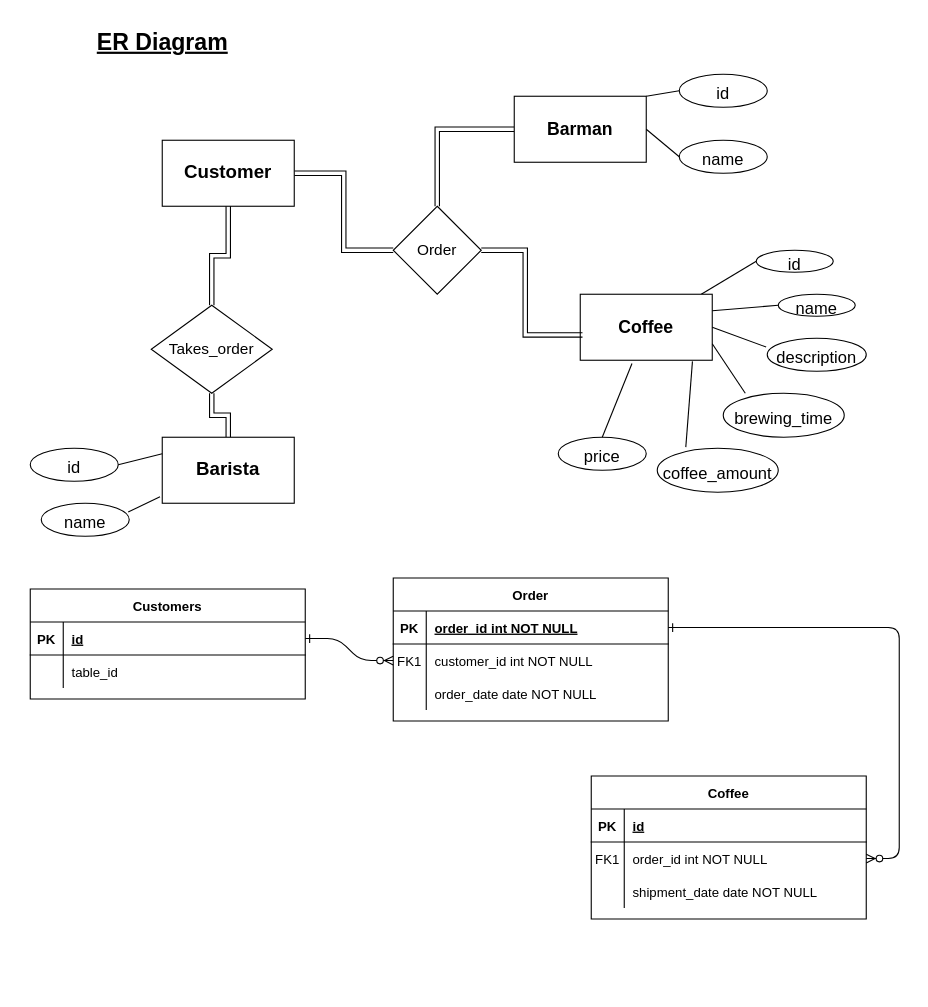
Earlier version of the draw.io diagram Untitled Diagram.drawio (bini-i/article). Source tidied: cells renumbered, new cells numbered last; positions are measured from the earlier drawing's top-left corner, leaving out a move shared by most shapes. Both pictures are drawn from the tidied source at 110%, with x=0, y=0 at pixel (30, 19).
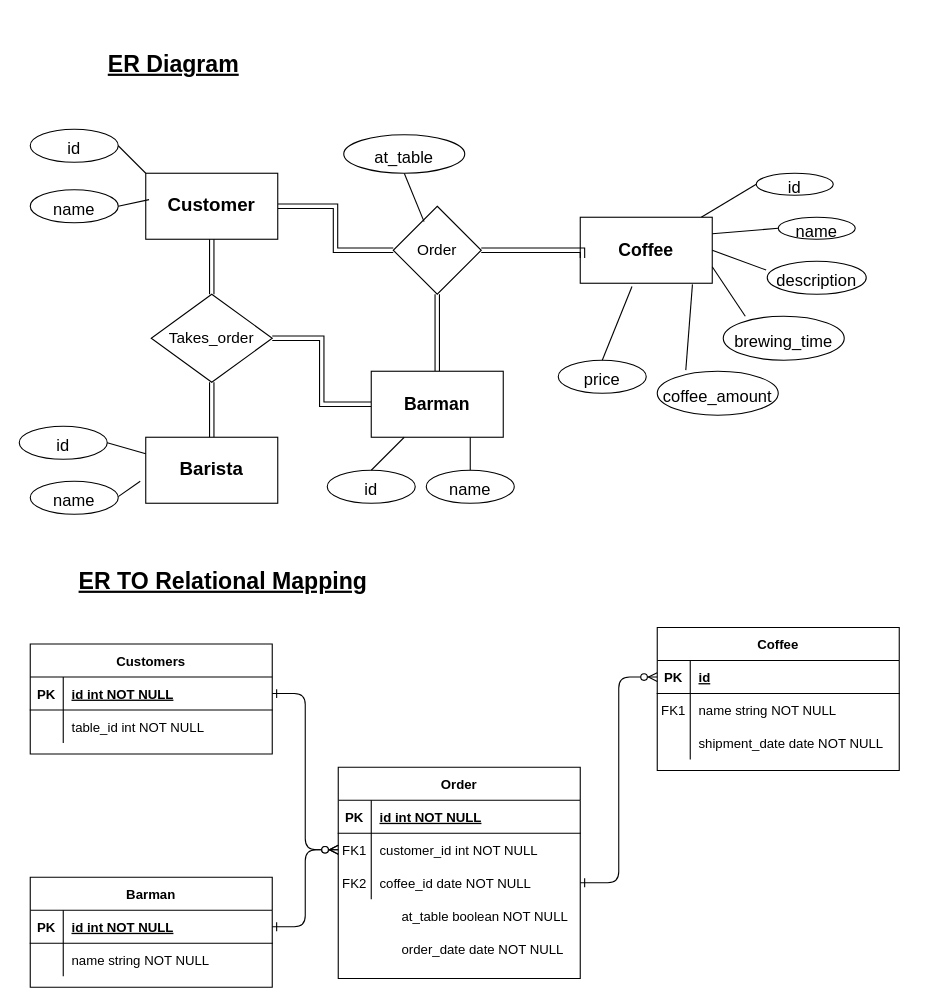
After the change.

Unchanged cells that the change refers to:
```xml
<mxCell id="40" value="&lt;font style=&quot;font-size: 14px;&quot;&gt;Order&lt;/font&gt;" style="rhombus;whiteSpace=wrap;html=1;" parent="1" vertex="1">
  <mxGeometry x="330" y="170" width="80" height="80" as="geometry" />
</mxCell>
```

Change to the diagram source:
```diff
@@
-    <mxCell id="3" style="edgeStyle=entityRelationEdgeStyle;endArrow=ERzeroToMany;startArrow=ERone;endFill=1;startFill=0;" parent="1" edge="1" source="5" target="18">
+    <mxCell id="3" style="edgeStyle=orthogonalEdgeStyle;endArrow=ERzeroToMany;startArrow=ERone;endFill=1;startFill=0;exitX=1;exitY=0.5;exitDx=0;exitDy=0;entryX=0;entryY=0.5;entryDx=0;entryDy=0;" parent="1" edge="1" source="11" target="15">
       <mxGeometry relative="1" as="geometry" />
     </mxCell>
     <mxCell id="4" value="Order" style="shape=table;startSize=30;childLayout=tableLayout;rowLines=0;fontStyle=1;align=center;" parent="1" vertex="1">
-      <mxGeometry x="330" y="508" width="250" height="130" as="geometry" />
+      <mxGeometry x="280" y="680" width="220" height="192" as="geometry" />
     </mxCell>
     <mxCell id="5" style="shape=partialRectangle;fillColor=none;points=[[0,0.5],[1,0.5]];portConstraint=eastwest;top=0;left=0;right=0;bottom=1;" parent="4" vertex="1">
-      <mxGeometry y="30" width="250" height="30" as="geometry" />
+      <mxGeometry y="30" width="220" height="30" as="geometry" />
     </mxCell>
@@
-    <mxCell id="7" value="order_id int NOT NULL " style="shape=partialRectangle;overflow=hidden;fillColor=none;top=0;left=0;bottom=0;right=0;align=left;spacingLeft=6;fontStyle=5;" parent="5" vertex="1">
-      <mxGeometry x="30" width="220" height="30" as="geometry" />
+    <mxCell id="7" value="id int NOT NULL " style="shape=partialRectangle;overflow=hidden;fillColor=none;top=0;left=0;bottom=0;right=0;align=left;spacingLeft=6;fontStyle=5;" parent="5" vertex="1">
+      <mxGeometry x="30" width="190" height="30" as="geometry" />
     </mxCell>
     <mxCell id="8" style="shape=partialRectangle;fillColor=none;points=[[0,0.5],[1,0.5]];portConstraint=eastwest;top=0;left=0;right=0;bottom=0;" parent="4" vertex="1">
-      <mxGeometry y="60" width="250" height="30" as="geometry" />
+      <mxGeometry y="60" width="220" height="30" as="geometry" />
     </mxCell>
@@
     <mxCell id="10" value="customer_id int NOT NULL" style="shape=partialRectangle;overflow=hidden;fillColor=none;top=0;left=0;bottom=0;right=0;align=left;spacingLeft=6;" parent="8" vertex="1">
-      <mxGeometry x="30" width="220" height="30" as="geometry" />
+      <mxGeometry x="30" width="190" height="30" as="geometry" />
     </mxCell>
     <mxCell id="11" style="shape=partialRectangle;fillColor=none;points=[[0,0.5],[1,0.5]];portConstraint=eastwest;top=0;left=0;right=0;bottom=0;" parent="4" vertex="1">
-      <mxGeometry y="90" width="250" height="30" as="geometry" />
+      <mxGeometry y="90" width="220" height="30" as="geometry" />
     </mxCell>
-    <mxCell id="12" style="shape=partialRectangle;overflow=hidden;fillColor=none;top=0;left=0;bottom=0;right=0;" parent="11" vertex="1">
+    <mxCell id="12" value="FK2" style="shape=partialRectangle;overflow=hidden;fillColor=none;top=0;left=0;bottom=0;right=0;" parent="11" vertex="1">
       <mxGeometry width="30" height="30" as="geometry" />
     </mxCell>
-    <mxCell id="13" value="order_date date NOT NULL" style="shape=partialRectangle;overflow=hidden;fillColor=none;top=0;left=0;bottom=0;right=0;align=left;spacingLeft=6;" parent="11" vertex="1">
-      <mxGeometry x="30" width="220" height="30" as="geometry" />
+    <mxCell id="13" value="coffee_id date NOT NULL" style="shape=partialRectangle;overflow=hidden;fillColor=none;top=0;left=0;bottom=0;right=0;align=left;spacingLeft=6;" parent="11" vertex="1">
+      <mxGeometry x="30" width="190" height="30" as="geometry" />
     </mxCell>
     <mxCell id="14" value="Coffee" style="shape=table;startSize=30;childLayout=tableLayout;rowLines=0;fontStyle=1;align=center;" parent="1" vertex="1">
-      <mxGeometry x="510" y="688" width="250" height="130" as="geometry" />
+      <mxGeometry x="570" y="553" width="220" height="130" as="geometry" />
     </mxCell>
     <mxCell id="15" style="shape=partialRectangle;fillColor=none;points=[[0,0.5],[1,0.5]];portConstraint=eastwest;top=0;left=0;right=0;bottom=1;" parent="14" vertex="1">
-      <mxGeometry y="30" width="250" height="30" as="geometry" />
+      <mxGeometry y="30" width="220" height="30" as="geometry" />
     </mxCell>
@@
     <mxCell id="17" value="id" style="shape=partialRectangle;overflow=hidden;fillColor=none;top=0;left=0;bottom=0;right=0;align=left;spacingLeft=6;fontStyle=5;" parent="15" vertex="1">
-      <mxGeometry x="30" width="220" height="30" as="geometry" />
+      <mxGeometry x="30" width="190" height="30" as="geometry" />
     </mxCell>
     <mxCell id="18" style="shape=partialRectangle;fillColor=none;points=[[0,0.5],[1,0.5]];portConstraint=eastwest;top=0;left=0;right=0;bottom=0;" parent="14" vertex="1">
-      <mxGeometry y="60" width="250" height="30" as="geometry" />
+      <mxGeometry y="60" width="220" height="30" as="geometry" />
     </mxCell>
@@
-    <mxCell id="20" value="order_id int NOT NULL" style="shape=partialRectangle;overflow=hidden;fillColor=none;top=0;left=0;bottom=0;right=0;align=left;spacingLeft=6;" parent="18" vertex="1">
-      <mxGeometry x="30" width="220" height="30" as="geometry" />
+    <mxCell id="20" value="name string NOT NULL" style="shape=partialRectangle;overflow=hidden;fillColor=none;top=0;left=0;bottom=0;right=0;align=left;spacingLeft=6;" parent="18" vertex="1">
+      <mxGeometry x="30" width="190" height="30" as="geometry" />
     </mxCell>
     <mxCell id="21" style="shape=partialRectangle;fillColor=none;top=0;left=0;right=0;bottom=0;" parent="14" vertex="1">
-      <mxGeometry y="90" width="250" height="30" as="geometry" />
+      <mxGeometry y="90" width="220" height="30" as="geometry" />
     </mxCell>
@@
     <mxCell id="23" value="shipment_date date NOT NULL" style="shape=partialRectangle;overflow=hidden;fillColor=none;top=0;left=0;bottom=0;right=0;align=left;spacingLeft=6;" parent="21" vertex="1">
-      <mxGeometry x="30" width="220" height="30" as="geometry" />
+      <mxGeometry x="30" width="190" height="30" as="geometry" />
     </mxCell>
     <mxCell id="24" value="Customers" style="shape=table;startSize=30;childLayout=tableLayout;rowLines=0;fontStyle=1;align=center;" parent="1" vertex="1">
-      <mxGeometry y="518" width="250" height="100" as="geometry" />
+      <mxGeometry y="568" width="220" height="100" as="geometry" />
     </mxCell>
     <mxCell id="25" style="shape=partialRectangle;fillColor=none;points=[[0,0.5],[1,0.5]];portConstraint=eastwest;top=0;left=0;right=0;bottom=1;" parent="24" vertex="1">
-      <mxGeometry y="30" width="250" height="30" as="geometry" />
+      <mxGeometry y="30" width="220" height="30" as="geometry" />
     </mxCell>
@@
-    <mxCell id="27" value="id" style="shape=partialRectangle;overflow=hidden;fillColor=none;top=0;left=0;bottom=0;right=0;align=left;spacingLeft=6;fontStyle=5;" parent="25" vertex="1">
-      <mxGeometry x="30" width="220" height="30" as="geometry" />
+    <mxCell id="27" value="id int NOT NULL" style="shape=partialRectangle;overflow=hidden;fillColor=none;top=0;left=0;bottom=0;right=0;align=left;spacingLeft=6;fontStyle=5;" parent="25" vertex="1">
+      <mxGeometry x="30" width="190" height="30" as="geometry" />
     </mxCell>
     <mxCell id="28" style="shape=partialRectangle;fillColor=none;top=0;left=0;right=0;bottom=0;" parent="24" vertex="1">
-      <mxGeometry y="60" width="250" height="30" as="geometry" />
+      <mxGeometry y="60" width="220" height="30" as="geometry" />
     </mxCell>
@@
-    <mxCell id="30" value="table_id" style="shape=partialRectangle;overflow=hidden;fillColor=none;top=0;left=0;bottom=0;right=0;align=left;spacingLeft=6;" parent="28" vertex="1">
-      <mxGeometry x="30" width="220" height="30" as="geometry" />
+    <mxCell id="30" value="table_id int NOT NULL" style="shape=partialRectangle;overflow=hidden;fillColor=none;top=0;left=0;bottom=0;right=0;align=left;spacingLeft=6;" parent="28" vertex="1">
+      <mxGeometry x="30" width="190" height="30" as="geometry" />
     </mxCell>
@@
     <mxCell id="32" value="&lt;font style=&quot;font-size: 17px;&quot;&gt;&lt;b&gt;Customer&lt;/b&gt;&lt;/font&gt;" style="rounded=0;whiteSpace=wrap;html=1;" parent="1" vertex="1">
-      <mxGeometry x="120" y="110" width="120" height="60" as="geometry" />
+      <mxGeometry x="105" y="140" width="120" height="60" as="geometry" />
     </mxCell>
@@
     <mxCell id="34" value="&lt;b&gt;&lt;font style=&quot;font-size: 16px;&quot;&gt;Coffee&lt;/font&gt;&lt;/b&gt;" style="rounded=0;whiteSpace=wrap;html=1;" parent="1" vertex="1">
-      <mxGeometry x="500" y="250" width="120" height="60" as="geometry" />
+      <mxGeometry x="500" y="180" width="120" height="60" as="geometry" />
     </mxCell>
@@
     <mxCell id="36" value="&lt;font style=&quot;font-size: 17px;&quot;&gt;&lt;b&gt;Barista&lt;/b&gt;&lt;/font&gt;" style="rounded=0;whiteSpace=wrap;html=1;" parent="1" vertex="1">
-      <mxGeometry x="120" y="380" width="120" height="60" as="geometry" />
+      <mxGeometry x="105" y="380" width="120" height="60" as="geometry" />
     </mxCell>
-    <mxCell id="37" style="edgeStyle=orthogonalEdgeStyle;rounded=0;jettySize=auto;html=1;entryX=0.5;entryY=0;entryDx=0;entryDy=0;fontSize=16;startArrow=none;startFill=0;endArrow=none;endFill=0;shape=link;" parent="1" edge="1" source="38" target="40">
+    <mxCell id="37" style="edgeStyle=orthogonalEdgeStyle;shape=link;rounded=0;jettySize=auto;html=1;entryX=0.5;entryY=1;entryDx=0;entryDy=0;fontSize=16;startArrow=none;startFill=0;endArrow=none;endFill=0;" parent="1" edge="1" source="38" target="40">
       <mxGeometry relative="1" as="geometry" />
     </mxCell>
+    <mxCell id="63" style="edgeStyle=orthogonalEdgeStyle;shape=link;rounded=0;jettySize=auto;html=1;fontSize=16;startArrow=none;startFill=0;endArrow=none;endFill=0;" parent="1" edge="1" source="38" target="42">
+      <mxGeometry relative="1" as="geometry" />
+    </mxCell>
     <mxCell id="38" value="&lt;b&gt;&lt;font style=&quot;font-size: 16px;&quot;&gt;Barman&lt;/font&gt;&lt;/b&gt;" style="rounded=0;whiteSpace=wrap;html=1;" parent="1" vertex="1">
-      <mxGeometry x="440" y="70" width="120" height="60" as="geometry" />
+      <mxGeometry x="310" y="320" width="120" height="60" as="geometry" />
     </mxCell>
     <mxCell id="39" style="edgeStyle=orthogonalEdgeStyle;rounded=0;jettySize=auto;html=1;exitX=1;exitY=0.5;exitDx=0;exitDy=0;entryX=0.017;entryY=0.617;entryDx=0;entryDy=0;entryPerimeter=0;shape=link;" parent="1" edge="1" source="40" target="34">
       <mxGeometry relative="1" as="geometry">
         <Array as="points">
-          <mxPoint x="450" y="210" />
-          <mxPoint x="450" y="287" />
+          <mxPoint x="502" y="210" />
         </Array>
       </mxGeometry>
     </mxCell>
@@
     <mxCell id="42" value="&lt;font style=&quot;font-size: 14px;&quot;&gt;Takes_order&lt;/font&gt;" style="rhombus;whiteSpace=wrap;html=1;" parent="1" vertex="1">
-      <mxGeometry x="110" y="260" width="110" height="80" as="geometry" />
+      <mxGeometry x="110" y="250" width="110" height="80" as="geometry" />
     </mxCell>
     <mxCell id="43" value="&lt;b&gt;&lt;font style=&quot;font-size: 21px;&quot;&gt;&lt;u&gt;ER Diagram&lt;/u&gt;&lt;/font&gt;&lt;/b&gt;" style="text;html=1;align=center;verticalAlign=middle;strokeColor=none;fillColor=none;" parent="1" vertex="1">
-      <mxGeometry x="50" width="140" height="40" as="geometry" />
+      <mxGeometry x="60" y="20" width="140" height="40" as="geometry" />
     </mxCell>
     <mxCell id="44" value="&lt;font style=&quot;font-size: 15px;&quot;&gt;id&lt;/font&gt;" style="ellipse;whiteSpace=wrap;html=1;fontSize=21;" parent="1" vertex="1">
-      <mxGeometry x="660" y="210" width="70" height="20" as="geometry" />
+      <mxGeometry x="660" y="140" width="70" height="20" as="geometry" />
     </mxCell>
     <mxCell id="45" value="&lt;font style=&quot;font-size: 15px;&quot;&gt;name&lt;/font&gt;" style="ellipse;whiteSpace=wrap;html=1;fontSize=21;" parent="1" vertex="1">
-      <mxGeometry x="680" y="250" width="70" height="20" as="geometry" />
+      <mxGeometry x="680" y="180" width="70" height="20" as="geometry" />
     </mxCell>
     <mxCell id="46" value="&lt;font style=&quot;font-size: 15px;&quot;&gt;description&lt;/font&gt;" style="ellipse;whiteSpace=wrap;html=1;fontSize=21;" parent="1" vertex="1">
-      <mxGeometry x="670" y="290" width="90" height="30" as="geometry" />
+      <mxGeometry x="670" y="220" width="90" height="30" as="geometry" />
     </mxCell>
     <mxCell id="47" value="&lt;font style=&quot;font-size: 15px;&quot;&gt;brewing_time&lt;/font&gt;" style="ellipse;whiteSpace=wrap;html=1;fontSize=21;" parent="1" vertex="1">
-      <mxGeometry x="630" y="340" width="110" height="40" as="geometry" />
+      <mxGeometry x="630" y="270" width="110" height="40" as="geometry" />
     </mxCell>
     <mxCell id="48" value="&lt;font style=&quot;font-size: 15px;&quot;&gt;coffee_amount&lt;/font&gt;" style="ellipse;whiteSpace=wrap;html=1;fontSize=21;" parent="1" vertex="1">
-      <mxGeometry x="570" y="390" width="110" height="40" as="geometry" />
+      <mxGeometry x="570" y="320" width="110" height="40" as="geometry" />
     </mxCell>
     <mxCell id="49" value="&lt;font style=&quot;font-size: 15px;&quot;&gt;price&lt;/font&gt;" style="ellipse;whiteSpace=wrap;html=1;fontSize=21;" parent="1" vertex="1">
-      <mxGeometry x="480" y="380" width="80" height="30" as="geometry" />
+      <mxGeometry x="480" y="310" width="80" height="30" as="geometry" />
     </mxCell>
@@
     <mxCell id="55" value="&lt;font style=&quot;font-size: 15px;&quot;&gt;id&lt;/font&gt;" style="ellipse;whiteSpace=wrap;html=1;fontSize=21;" parent="1" vertex="1">
-      <mxGeometry y="390" width="80" height="30" as="geometry" />
+      <mxGeometry x="-10" y="370" width="80" height="30" as="geometry" />
     </mxCell>
@@
     <mxCell id="57" value="&lt;font style=&quot;font-size: 15px;&quot;&gt;name&lt;/font&gt;" style="ellipse;whiteSpace=wrap;html=1;fontSize=21;" parent="1" vertex="1">
-      <mxGeometry x="10" y="440" width="80" height="30" as="geometry" />
+      <mxGeometry y="420" width="80" height="30" as="geometry" />
     </mxCell>
-    <mxCell id="58" style="rounded=0;jettySize=auto;html=1;fontSize=15;startArrow=none;startFill=0;endArrow=none;endFill=0;exitX=0.988;exitY=0.267;exitDx=0;exitDy=0;entryX=-0.017;entryY=0.9;entryDx=0;entryDy=0;entryPerimeter=0;exitPerimeter=0;" parent="1" edge="1" source="57" target="36">
-      <mxGeometry relative="1" as="geometry" />
+    <mxCell id="58" style="rounded=0;jettySize=auto;html=1;fontSize=15;startArrow=none;startFill=0;endArrow=none;endFill=0;exitX=1;exitY=0.467;exitDx=0;exitDy=0;exitPerimeter=0;" parent="1" edge="1" source="57">
+      <mxGeometry relative="1" as="geometry">
+        <mxPoint x="100" y="420" as="targetPoint" />
+      </mxGeometry>
     </mxCell>
     <mxCell id="59" value="&lt;font style=&quot;font-size: 15px;&quot;&gt;id&lt;/font&gt;" style="ellipse;whiteSpace=wrap;html=1;fontSize=21;" parent="1" vertex="1">
-      <mxGeometry x="590" y="50" width="80" height="30" as="geometry" />
+      <mxGeometry x="270" y="410" width="80" height="30" as="geometry" />
     </mxCell>
-    <mxCell id="60" style="rounded=0;jettySize=auto;html=1;entryX=1;entryY=0;entryDx=0;entryDy=0;fontSize=15;startArrow=none;startFill=0;endArrow=none;endFill=0;exitX=0;exitY=0.5;exitDx=0;exitDy=0;" parent="1" edge="1" source="59" target="38">
+    <mxCell id="60" style="rounded=0;jettySize=auto;html=1;entryX=0.25;entryY=1;entryDx=0;entryDy=0;fontSize=15;startArrow=none;startFill=0;endArrow=none;endFill=0;exitX=0.5;exitY=0;exitDx=0;exitDy=0;" parent="1" edge="1" source="59" target="38">
       <mxGeometry relative="1" as="geometry" />
     </mxCell>
     <mxCell id="61" value="&lt;font style=&quot;font-size: 15px;&quot;&gt;name&lt;/font&gt;" style="ellipse;whiteSpace=wrap;html=1;fontSize=21;" parent="1" vertex="1">
-      <mxGeometry x="590" y="110" width="80" height="30" as="geometry" />
+      <mxGeometry x="360" y="410" width="80" height="30" as="geometry" />
     </mxCell>
-    <mxCell id="62" style="rounded=0;jettySize=auto;html=1;fontSize=15;startArrow=none;startFill=0;endArrow=none;endFill=0;exitX=0;exitY=0.5;exitDx=0;exitDy=0;entryX=1;entryY=0.5;entryDx=0;entryDy=0;" parent="1" edge="1" source="61" target="38">
+    <mxCell id="62" style="rounded=0;jettySize=auto;html=1;fontSize=15;startArrow=none;startFill=0;endArrow=none;endFill=0;entryX=0.75;entryY=1;entryDx=0;entryDy=0;" parent="1" edge="1" source="61" target="38">
       <mxGeometry relative="1" as="geometry" />
     </mxCell>
+    <mxCell id="64" value="&lt;font style=&quot;font-size: 15px;&quot;&gt;id&lt;/font&gt;" style="ellipse;whiteSpace=wrap;html=1;fontSize=21;" parent="1" vertex="1">
+      <mxGeometry y="100" width="80" height="30" as="geometry" />
+    </mxCell>
+    <mxCell id="65" style="rounded=0;jettySize=auto;html=1;entryX=0;entryY=0;entryDx=0;entryDy=0;fontSize=15;startArrow=none;startFill=0;endArrow=none;endFill=0;exitX=1;exitY=0.5;exitDx=0;exitDy=0;" parent="1" edge="1" source="64" target="32">
+      <mxGeometry relative="1" as="geometry" />
+    </mxCell>
+    <mxCell id="66" value="&lt;font style=&quot;font-size: 15px;&quot;&gt;name&lt;/font&gt;" style="ellipse;whiteSpace=wrap;html=1;fontSize=21;" parent="1" vertex="1">
+      <mxGeometry y="155" width="80" height="30" as="geometry" />
+    </mxCell>
+    <mxCell id="67" style="rounded=0;jettySize=auto;html=1;fontSize=15;startArrow=none;startFill=0;endArrow=none;endFill=0;exitX=1;exitY=0.5;exitDx=0;exitDy=0;entryX=-0.017;entryY=0.9;entryDx=0;entryDy=0;entryPerimeter=0;" parent="1" edge="1" source="66">
+      <mxGeometry relative="1" as="geometry">
+        <mxPoint x="108" y="164" as="targetPoint" />
+      </mxGeometry>
+    </mxCell>
+    <mxCell id="68" style="rounded=0;jettySize=auto;html=1;entryX=0.5;entryY=1;entryDx=0;entryDy=0;fontSize=15;startArrow=none;startFill=0;endArrow=none;endFill=0;exitX=0.35;exitY=0.175;exitDx=0;exitDy=0;exitPerimeter=0;" parent="1" edge="1" source="40" target="69">
+      <mxGeometry relative="1" as="geometry" />
+    </mxCell>
+    <mxCell id="69" value="&lt;font style=&quot;font-size: 15px;&quot;&gt;at_table&lt;/font&gt;" style="ellipse;whiteSpace=wrap;html=1;fontSize=21;" parent="1" vertex="1">
+      <mxGeometry x="285" y="105" width="110" height="35" as="geometry" />
+    </mxCell>
+    <mxCell id="70" value="at_table boolean NOT NULL" style="shape=partialRectangle;overflow=hidden;fillColor=none;top=0;left=0;bottom=0;right=0;align=left;spacingLeft=6;" parent="1" vertex="1">
+      <mxGeometry x="330" y="800" width="220" height="30" as="geometry" />
+    </mxCell>
+    <mxCell id="71" value="order_date date NOT NULL" style="shape=partialRectangle;overflow=hidden;fillColor=none;top=0;left=0;bottom=0;right=0;align=left;spacingLeft=6;" parent="1" vertex="1">
+      <mxGeometry x="330" y="830" width="220" height="30" as="geometry" />
+    </mxCell>
+    <mxCell id="72" value="Barman" style="shape=table;startSize=30;childLayout=tableLayout;rowLines=0;fontStyle=1;align=center;" parent="1" vertex="1">
+      <mxGeometry y="780" width="220" height="100" as="geometry" />
+    </mxCell>
+    <mxCell id="73" style="shape=partialRectangle;fillColor=none;points=[[0,0.5],[1,0.5]];portConstraint=eastwest;top=0;left=0;right=0;bottom=1;" parent="72" vertex="1">
+      <mxGeometry y="30" width="220" height="30" as="geometry" />
+    </mxCell>
+    <mxCell id="74" value="PK" style="shape=partialRectangle;overflow=hidden;fillColor=none;top=0;left=0;bottom=0;right=0;fontStyle=1;" parent="73" vertex="1">
+      <mxGeometry width="30" height="30" as="geometry" />
+    </mxCell>
+    <mxCell id="75" value="id int NOT NULL" style="shape=partialRectangle;overflow=hidden;fillColor=none;top=0;left=0;bottom=0;right=0;align=left;spacingLeft=6;fontStyle=5;" parent="73" vertex="1">
+      <mxGeometry x="30" width="190" height="30" as="geometry" />
+    </mxCell>
+    <mxCell id="76" style="shape=partialRectangle;fillColor=none;top=0;left=0;right=0;bottom=0;" parent="72" vertex="1">
+      <mxGeometry y="60" width="220" height="30" as="geometry" />
+    </mxCell>
+    <mxCell id="77" style="shape=partialRectangle;overflow=hidden;fillColor=none;top=0;left=0;bottom=0;right=0;" parent="76" vertex="1">
+      <mxGeometry width="30" height="30" as="geometry" />
+    </mxCell>
+    <mxCell id="78" value="name string NOT NULL" style="shape=partialRectangle;overflow=hidden;fillColor=none;top=0;left=0;bottom=0;right=0;align=left;spacingLeft=6;" parent="76" vertex="1">
+      <mxGeometry x="30" width="190" height="30" as="geometry" />
+    </mxCell>
+    <mxCell id="79" style="edgeStyle=entityRelationEdgeStyle;endArrow=ERzeroToMany;startArrow=ERone;endFill=1;startFill=0;exitX=1;exitY=0.5;exitDx=0;exitDy=0;entryX=0;entryY=0.5;entryDx=0;entryDy=0;" parent="1" edge="1" source="73" target="8">
+      <mxGeometry relative="1" as="geometry" />
+    </mxCell>
+    <mxCell id="80" value="&lt;b&gt;&lt;font style=&quot;font-size: 21px;&quot;&gt;&lt;u&gt;ER TO Relational Mapping&lt;/u&gt;&lt;/font&gt;&lt;/b&gt;" style="text;html=1;align=center;verticalAlign=middle;strokeColor=none;fillColor=none;" parent="1" vertex="1">
+      <mxGeometry x="30" y="490" width="290" height="40" as="geometry" />
+    </mxCell>
```
